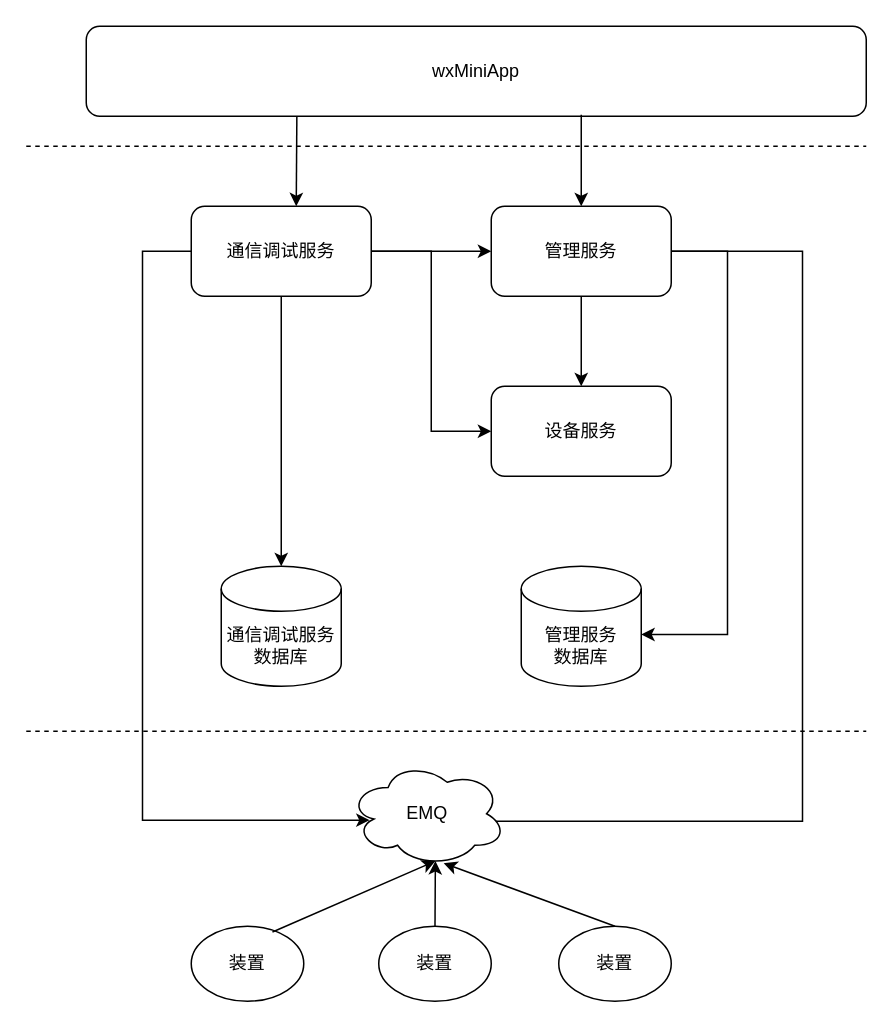
Above: 服务结构图.drawio in wangjingtian110/draw.io (draw.io), before the change. Source tidied: cells renumbered, new cells numbered last; positions are measured from the earlier drawing's top-left corner, leaving out a move shared by most shapes. Both pictures are drawn from the tidied source at 150%, with x=0, y=0 at pixel (26, 26).
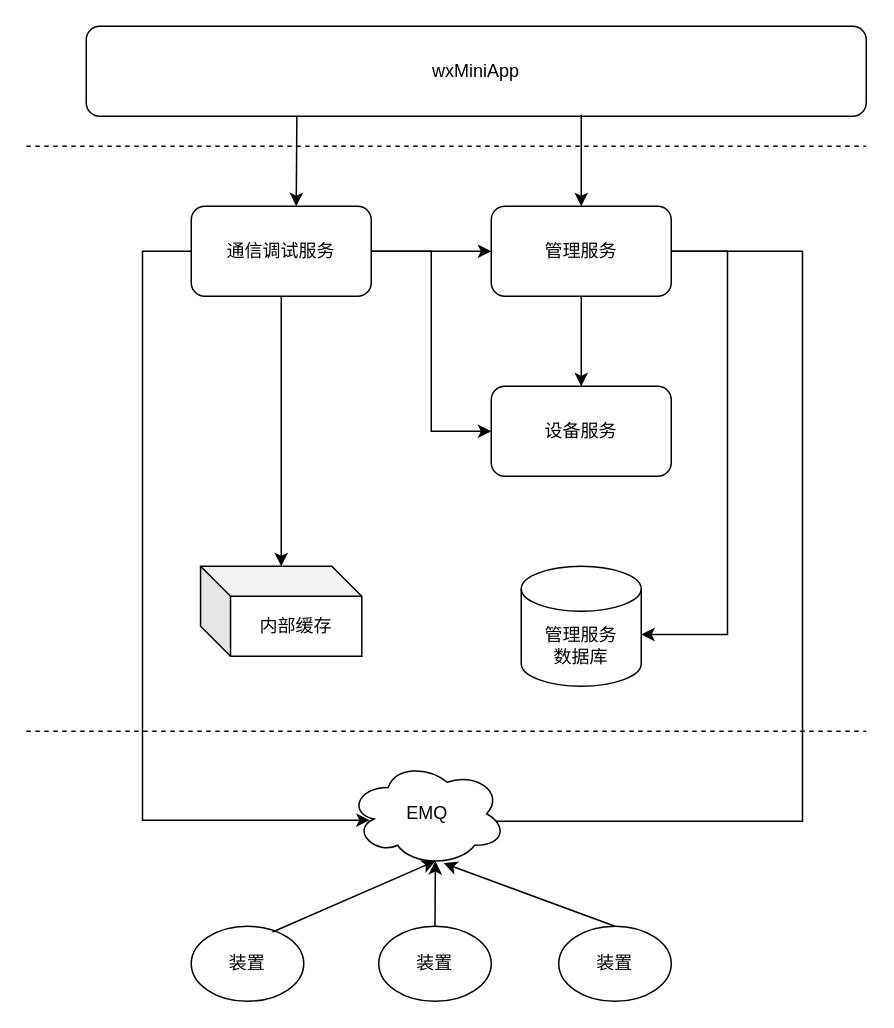
After the change.

Commit message:
Update 服务结构图.drawio

The change refers to these unchanged cells:
```xml
<mxCell id="8" value="通信调试服务" style="rounded=1;whiteSpace=wrap;html=1;" parent="1" vertex="1">
  <mxGeometry x="110" y="120" width="120" height="60" as="geometry" />
</mxCell>
```

Change to the diagram source:
```diff
@@
-    <mxCell id="6" style="edgeStyle=orthogonalEdgeStyle;rounded=0;jettySize=auto;html=1;exitX=0.5;exitY=1;exitDx=0;exitDy=0;entryX=0.5;entryY=0;entryDx=0;entryDy=0;entryPerimeter=0;" parent="1" edge="1" source="8" target="14">
-      <mxGeometry relative="1" as="geometry" />
+    <mxCell id="6" style="edgeStyle=orthogonalEdgeStyle;rounded=0;jettySize=auto;html=1;exitX=0.5;exitY=1;exitDx=0;exitDy=0;entryX=0.5;entryY=0;entryDx=0;entryDy=0;entryPerimeter=0;" parent="1" edge="1" source="8">
+      <mxGeometry relative="1" as="geometry">
+        <mxPoint x="170" y="360" as="targetPoint" />
+      </mxGeometry>
     </mxCell>
@@
-    <mxCell id="14" value="通信调试服务&lt;br&gt;数据库" style="shape=cylinder3;whiteSpace=wrap;html=1;boundedLbl=1;backgroundOutline=1;size=15;" parent="1" vertex="1">
-      <mxGeometry x="130" y="360" width="80" height="80" as="geometry" />
-    </mxCell>
@@
+    <mxCell id="26" value="内部缓存" style="shape=cube;whiteSpace=wrap;html=1;boundedLbl=1;backgroundOutline=1;darkOpacity=0.05;darkOpacity2=0.1;" parent="1" vertex="1">
+      <mxGeometry x="116.2" y="360" width="107.5" height="60" as="geometry" />
+    </mxCell>
```
